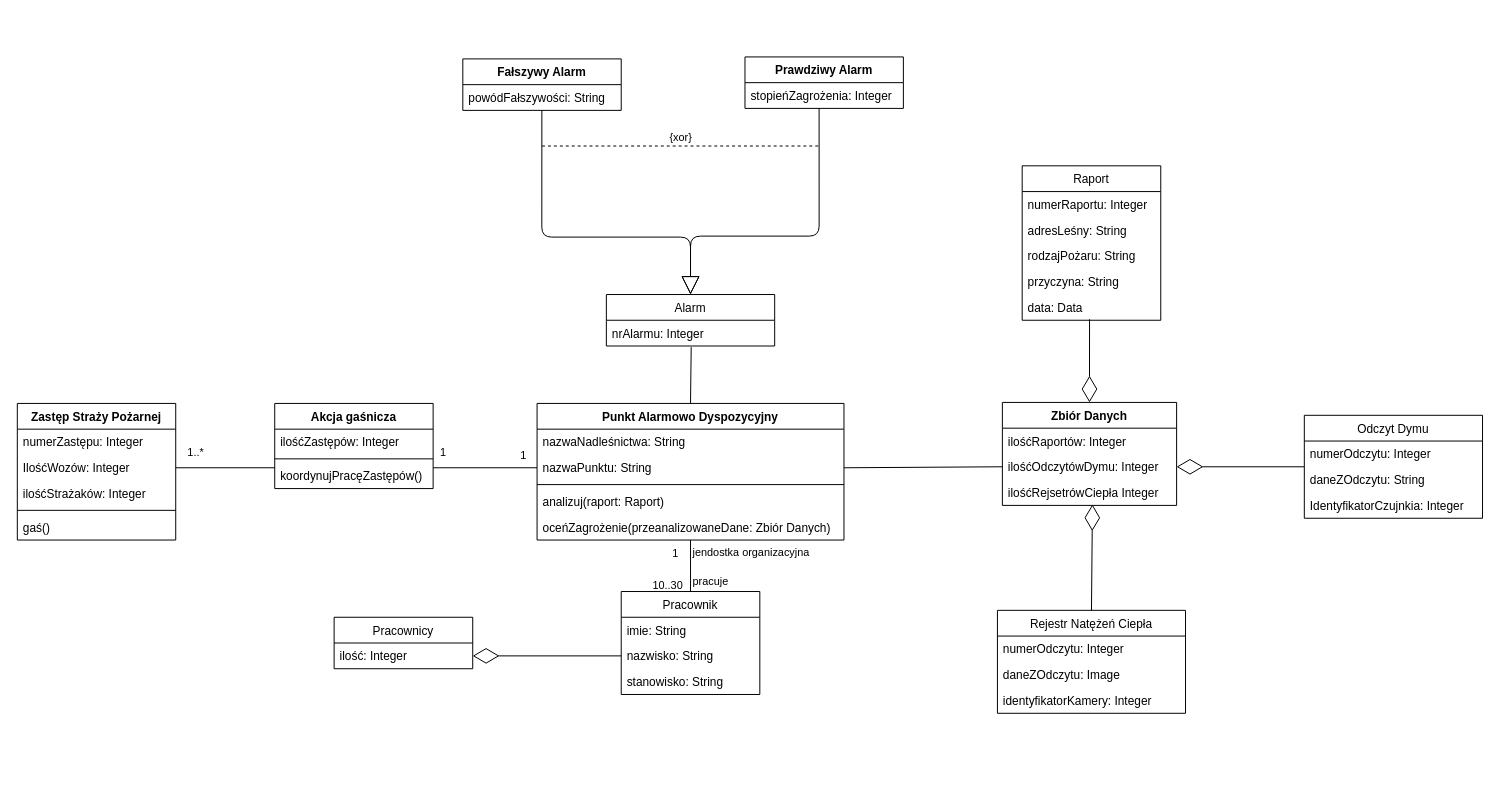
The draw.io diagram page "klasy" (2 of 5) of uml_pozar_lasu.drawio in broniuu/projekt_inzynieria, before the edit. Source tidied: cells renumbered, new cells numbered last; positions are measured from the earlier drawing's top-left corner, leaving out a move shared by most shapes. Both pictures are drawn from the tidied source at 99%, with x=0, y=0 at pixel (17, 56).
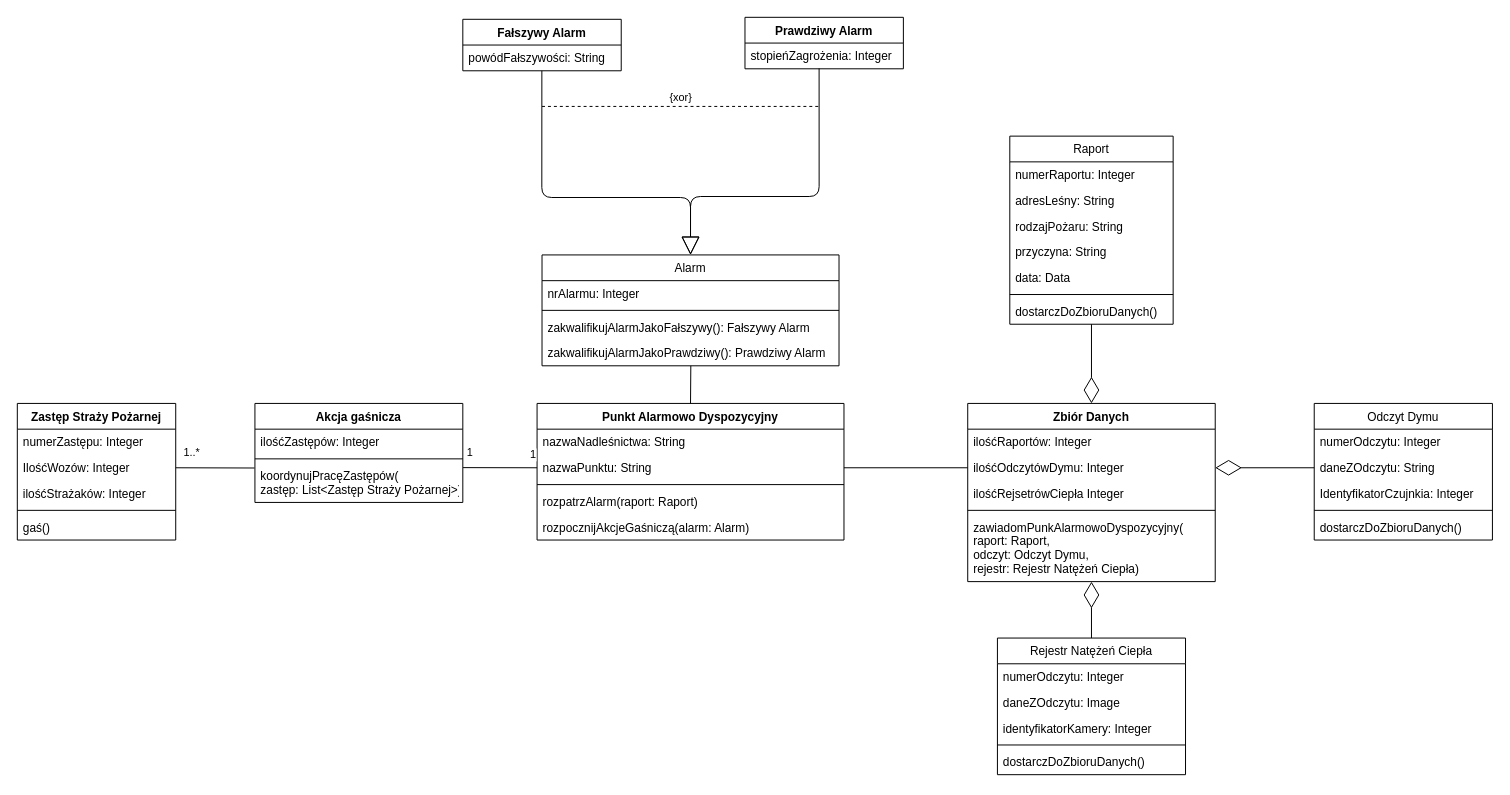
Above is the later version.

The change refers to these unchanged cells:
```xml
<mxCell id="2" value="Punkt Alarmowo Dyspozycyjny" style="swimlane;fontStyle=1;align=center;verticalAlign=top;horizontal=1;startSize=26;" parent="1" vertex="1">
  <mxGeometry x="525" y="350" width="310" height="138" as="geometry" />
</mxCell>
<mxCell id="4" value="nazwaPunktu: String" style="text;strokeColor=none;fillColor=none;align=left;verticalAlign=top;spacingLeft=4;spacingRight=4;overflow=hidden;points=[[0,0.5],[1,0.5]];portConstraint=eastwest;" parent="2" vertex="1">
  <mxGeometry y="52" width="310" height="26" as="geometry" />
</mxCell>
<mxCell id="24" value="daneZOdczytu: String" style="text;strokeColor=none;fillColor=none;align=left;verticalAlign=top;spacingLeft=4;spacingRight=4;overflow=hidden;points=[[0,0.5],[1,0.5]];portConstraint=eastwest;" parent="22" vertex="1">
  <mxGeometry y="52" width="180" height="26" as="geometry" />
</mxCell>
<mxCell id="40" value="IlośćWozów: Integer" style="text;strokeColor=none;fillColor=none;align=left;verticalAlign=top;spacingLeft=4;spacingRight=4;overflow=hidden;points=[[0,0.5],[1,0.5]];portConstraint=eastwest;" parent="38" vertex="1">
  <mxGeometry y="52" width="160" height="26" as="geometry" />
</mxCell>
<mxCell id="51" value="powódFałszywości: String" style="text;strokeColor=none;fillColor=none;align=left;verticalAlign=top;spacingLeft=4;spacingRight=4;overflow=hidden;points=[[0,0.5],[1,0.5]];portConstraint=eastwest;" parent="50" vertex="1">
  <mxGeometry y="26" width="160" height="26" as="geometry" />
</mxCell>
<mxCell id="53" value="stopieńZagrożenia: Integer" style="text;strokeColor=none;fillColor=none;align=left;verticalAlign=top;spacingLeft=4;spacingRight=4;overflow=hidden;points=[[0,0.5],[1,0.5]];portConstraint=eastwest;" parent="52" vertex="1">
  <mxGeometry y="26" width="160" height="26" as="geometry" />
</mxCell>
```

Diff of the diagram source:
```diff
@@
-    <mxCell id="6" value="analizuj(raport: Raport)" style="text;strokeColor=none;fillColor=none;align=left;verticalAlign=top;spacingLeft=4;spacingRight=4;overflow=hidden;" parent="2" vertex="1">
+    <mxCell id="6" value="rozpatrzAlarm(raport: Raport)" style="text;strokeColor=none;fillColor=none;align=left;verticalAlign=top;spacingLeft=4;spacingRight=4;overflow=hidden;" parent="2" vertex="1">
       <mxGeometry y="86" width="310" height="26" as="geometry" />
     </mxCell>
-    <mxCell id="7" value="oceńZagrożenie(przeanalizowaneDane: Zbiór Danych)" style="text;strokeColor=none;fillColor=none;align=left;verticalAlign=top;spacingLeft=4;spacingRight=4;overflow=hidden;points=[[0,0.5],[1,0.5]];portConstraint=eastwest;" parent="2" vertex="1">
+    <mxCell id="7" value="rozpocznijAkcjeGaśniczą(alarm: Alarm)" style="text;strokeColor=none;fillColor=none;align=left;verticalAlign=top;spacingLeft=4;spacingRight=4;overflow=hidden;points=[[0,0.5],[1,0.5]];portConstraint=eastwest;" parent="2" vertex="1">
       <mxGeometry y="112" width="310" height="26" as="geometry" />
     </mxCell>
-    <mxCell id="8" value="Pracownik" style="swimlane;fontStyle=0;horizontal=1;startSize=26;fillColor=none;" parent="1" vertex="1">
-      <mxGeometry x="610" y="540" width="140" height="104" as="geometry" />
-    </mxCell>
-    <mxCell id="9" value="imie: String" style="text;strokeColor=none;fillColor=none;align=left;verticalAlign=top;spacingLeft=4;spacingRight=4;overflow=hidden;" parent="8" vertex="1">
-      <mxGeometry y="26" width="140" height="26" as="geometry" />
-    </mxCell>
-    <mxCell id="10" value="nazwisko: String" style="text;strokeColor=none;fillColor=none;align=left;verticalAlign=top;spacingLeft=4;spacingRight=4;overflow=hidden;points=[[0,0.5],[1,0.5]];portConstraint=eastwest;" parent="8" vertex="1">
-      <mxGeometry y="52" width="140" height="26" as="geometry" />
-    </mxCell>
-    <mxCell id="11" value="stanowisko: String" style="text;strokeColor=none;fillColor=none;align=left;verticalAlign=top;spacingLeft=4;spacingRight=4;overflow=hidden;" parent="8" vertex="1">
-      <mxGeometry y="78" width="140" height="26" as="geometry" />
-    </mxCell>
-    <mxCell id="12" value="pracuje" style="endArrow=none;html=1;exitX=0.5;exitY=0;exitDx=0;exitDy=0;" parent="1" edge="1" source="8" target="7">
-      <mxGeometry x="-0.62" y="-20" relative="1" as="geometry" />
-    </mxCell>
-    <mxCell id="13" value="jendostka organizacyjna" style="edgeLabel;html=1;align=center;verticalAlign=middle;" parent="12" vertex="1">
-      <mxGeometry x="0.5" y="-1" relative="1" as="geometry">
-        <mxPoint x="59" y="-1" as="offset" />
-      </mxGeometry>
-    </mxCell>
-    <mxCell id="14" value="Pracownicy" style="swimlane;fontStyle=0;horizontal=1;startSize=26;fillColor=none;" parent="1" vertex="1">
-      <mxGeometry x="320" y="566" width="140" height="52" as="geometry" />
-    </mxCell>
-    <mxCell id="15" value="ilość: Integer" style="text;strokeColor=none;fillColor=none;align=left;verticalAlign=top;spacingLeft=4;spacingRight=4;overflow=hidden;points=[[0,0.5],[1,0.5]];portConstraint=eastwest;" parent="14" vertex="1">
-      <mxGeometry y="26" width="140" height="26" as="geometry" />
-    </mxCell>
     <mxCell id="16" value="Raport" style="swimlane;fontStyle=0;horizontal=1;startSize=26;fillColor=none;" parent="1" vertex="1">
-      <mxGeometry x="1015" y="110" width="140" height="156" as="geometry" />
+      <mxGeometry x="1002.5" y="80" width="165" height="190" as="geometry" />
     </mxCell>
     <mxCell id="17" value="numerRaportu: Integer    " style="text;strokeColor=none;fillColor=none;align=left;verticalAlign=top;spacingLeft=4;spacingRight=4;overflow=hidden;" parent="16" vertex="1">
-      <mxGeometry y="26" width="140" height="26" as="geometry" />
+      <mxGeometry y="26" width="165" height="26" as="geometry" />
     </mxCell>
     <mxCell id="18" value="adresLeśny: String    " style="text;strokeColor=none;fillColor=none;align=left;verticalAlign=top;spacingLeft=4;spacingRight=4;overflow=hidden;" parent="16" vertex="1">
-      <mxGeometry y="52" width="140" height="26" as="geometry" />
+      <mxGeometry y="52" width="165" height="26" as="geometry" />
     </mxCell>
     <mxCell id="19" value="rodzajPożaru: String" style="text;strokeColor=none;fillColor=none;align=left;verticalAlign=top;spacingLeft=4;spacingRight=4;overflow=hidden;" parent="16" vertex="1">
-      <mxGeometry y="78" width="140" height="26" as="geometry" />
+      <mxGeometry y="78" width="165" height="26" as="geometry" />
     </mxCell>
     <mxCell id="20" value="przyczyna: String" style="text;strokeColor=none;fillColor=none;align=left;verticalAlign=top;spacingLeft=4;spacingRight=4;overflow=hidden;" parent="16" vertex="1">
-      <mxGeometry y="104" width="140" height="26" as="geometry" />
+      <mxGeometry y="104" width="165" height="26" as="geometry" />
     </mxCell>
     <mxCell id="21" value="data: Data" style="text;strokeColor=none;fillColor=none;align=left;verticalAlign=top;spacingLeft=4;spacingRight=4;overflow=hidden;points=[[0,0.5],[1,0.5]];portConstraint=eastwest;" parent="16" vertex="1">
-      <mxGeometry y="130" width="140" height="26" as="geometry" />
+      <mxGeometry y="130" width="165" height="26" as="geometry" />
     </mxCell>
+    <mxCell id="65" style="line;strokeWidth=1;fillColor=none;align=left;verticalAlign=middle;spacingTop=-1;spacingLeft=3;spacingRight=3;labelPosition=right;" parent="16" vertex="1">
+      <mxGeometry y="156" width="165" height="8" as="geometry" />
+    </mxCell>
+    <mxCell id="66" value="dostarczDoZbioruDanych()" style="text;strokeColor=none;fillColor=none;align=left;verticalAlign=top;spacingLeft=4;spacingRight=4;overflow=hidden;" parent="16" vertex="1">
+      <mxGeometry y="164" width="165" height="26" as="geometry" />
+    </mxCell>
     <mxCell id="22" value="Odczyt Dymu" style="swimlane;fontStyle=0;horizontal=1;startSize=26;fillColor=none;" parent="1" vertex="1">
-      <mxGeometry x="1300" y="362" width="180" height="104" as="geometry" />
+      <mxGeometry x="1310" y="350" width="180" height="138" as="geometry" />
     </mxCell>
@@
+    <mxCell id="67" style="line;strokeWidth=1;fillColor=none;align=left;verticalAlign=middle;spacingTop=-1;spacingLeft=3;spacingRight=3;labelPosition=right;" parent="22" vertex="1">
+      <mxGeometry y="104" width="180" height="8" as="geometry" />
+    </mxCell>
+    <mxCell id="68" value="dostarczDoZbioruDanych()" style="text;strokeColor=none;fillColor=none;align=left;verticalAlign=top;spacingLeft=4;spacingRight=4;overflow=hidden;" parent="22" vertex="1">
+      <mxGeometry y="112" width="180" height="26" as="geometry" />
+    </mxCell>
     <mxCell id="26" value="Rejestr Natężeń Ciepła" style="swimlane;fontStyle=0;horizontal=1;startSize=26;fillColor=none;" parent="1" vertex="1">
-      <mxGeometry x="990" y="559" width="190" height="104" as="geometry" />
+      <mxGeometry x="990" y="587" width="190" height="138" as="geometry" />
     </mxCell>
@@
+    <mxCell id="69" style="line;strokeWidth=1;fillColor=none;align=left;verticalAlign=middle;spacingTop=-1;spacingLeft=3;spacingRight=3;labelPosition=right;" parent="26" vertex="1">
+      <mxGeometry y="104" width="190" height="8" as="geometry" />
+    </mxCell>
+    <mxCell id="70" value="dostarczDoZbioruDanych()" style="text;strokeColor=none;fillColor=none;align=left;verticalAlign=top;spacingLeft=4;spacingRight=4;overflow=hidden;" parent="26" vertex="1">
+      <mxGeometry y="112" width="190" height="26" as="geometry" />
+    </mxCell>
     <mxCell id="30" value="Zbiór Danych" style="swimlane;fontStyle=1;align=center;verticalAlign=top;horizontal=1;startSize=26;" parent="1" vertex="1">
-      <mxGeometry x="995" y="349" width="176" height="104" as="geometry" />
+      <mxGeometry x="960" y="350" width="250" height="180" as="geometry" />
     </mxCell>
     <mxCell id="31" value="ilośćRaportów: Integer" style="text;strokeColor=none;fillColor=none;align=left;verticalAlign=top;spacingLeft=4;spacingRight=4;overflow=hidden;" parent="30" vertex="1">
-      <mxGeometry y="26" width="176" height="26" as="geometry" />
+      <mxGeometry y="26" width="250" height="26" as="geometry" />
     </mxCell>
     <mxCell id="32" value="ilośćOdczytówDymu: Integer" style="text;strokeColor=none;fillColor=none;align=left;verticalAlign=top;spacingLeft=4;spacingRight=4;overflow=hidden;points=[[0,0.5],[1,0.5]];portConstraint=eastwest;" parent="30" vertex="1">
-      <mxGeometry y="52" width="176" height="26" as="geometry" />
+      <mxGeometry y="52" width="250" height="26" as="geometry" />
     </mxCell>
     <mxCell id="33" value="ilośćRejsetrówCiepła Integer" style="text;strokeColor=none;fillColor=none;align=left;verticalAlign=top;spacingLeft=4;spacingRight=4;overflow=hidden;points=[[0,0.5],[1,0.5]];portConstraint=eastwest;" parent="30" vertex="1">
-      <mxGeometry y="78" width="176" height="26" as="geometry" />
+      <mxGeometry y="78" width="250" height="26" as="geometry" />
     </mxCell>
-    <mxCell id="34" style="endArrow=diamondThin;endFill=0;endSize=24;html=1;exitX=0;exitY=0.5;exitDx=0;exitDy=0;entryX=1;entryY=0.5;entryDx=0;entryDy=0;" parent="1" edge="1" source="10" target="15">
-      <mxGeometry relative="1" as="geometry" />
-    </mxCell>
+    <mxCell id="71" style="line;strokeWidth=1;fillColor=none;align=left;verticalAlign=middle;spacingTop=-1;spacingLeft=3;spacingRight=3;labelPosition=right;" parent="30" vertex="1">
+      <mxGeometry y="104" width="250" height="8" as="geometry" />
+    </mxCell>
+    <mxCell id="72" value="zawiadomPunkAlarmowoDyspozycyjny(&#10;raport: Raport, &#10;odczyt: Odczyt Dymu,&#10;rejestr: Rejestr Natężeń Ciepła)" style="text;strokeColor=none;fillColor=none;align=left;verticalAlign=top;spacingLeft=4;spacingRight=4;overflow=hidden;points=[[0,0.5],[1,0.5]];portConstraint=eastwest;" parent="30" vertex="1">
+      <mxGeometry y="112" width="250" height="68" as="geometry" />
+    </mxCell>
-    <mxCell id="35" style="endArrow=diamondThin;endFill=0;endSize=24;html=1;entryX=0.5;entryY=0;entryDx=0;entryDy=0;exitX=0.486;exitY=0.962;exitDx=0;exitDy=0;exitPerimeter=0;" parent="1" edge="1" source="21" target="30">
-      <mxGeometry relative="1" as="geometry" />
+    <mxCell id="35" style="endArrow=diamondThin;endFill=0;endSize=24;html=1;entryX=0.5;entryY=0;entryDx=0;entryDy=0;" parent="1" edge="1" target="30">
+      <mxGeometry relative="1" as="geometry">
+        <mxPoint x="1085" y="270" as="sourcePoint" />
+      </mxGeometry>
     </mxCell>
-    <mxCell id="36" style="endArrow=diamondThin;endFill=0;endSize=24;html=1;entryX=1;entryY=0.5;entryDx=0;entryDy=0;exitX=0;exitY=0.5;exitDx=0;exitDy=0;" parent="1" edge="1" source="22" target="32">
+    <mxCell id="36" style="endArrow=diamondThin;endFill=0;endSize=24;html=1;entryX=1;entryY=0.5;entryDx=0;entryDy=0;exitX=0;exitY=0.5;exitDx=0;exitDy=0;" parent="1" edge="1" source="24" target="32">
       <mxGeometry relative="1" as="geometry" />
     </mxCell>
-    <mxCell id="37" style="endArrow=diamondThin;endFill=0;endSize=24;html=1;entryX=0.517;entryY=0.962;entryDx=0;entryDy=0;exitX=0.5;exitY=0;exitDx=0;exitDy=0;entryPerimeter=0;" parent="1" edge="1" source="26" target="33">
+    <mxCell id="37" style="endArrow=diamondThin;endFill=0;endSize=24;html=1;exitX=0.5;exitY=0;exitDx=0;exitDy=0;" parent="1" edge="1" source="26" target="72">
       <mxGeometry relative="1" as="geometry" />
     </mxCell>
@@
-    <mxCell id="45" value="1..*" style="endArrow=none;html=1;exitX=1;exitY=0.5;exitDx=0;exitDy=0;entryX=0;entryY=0.5;entryDx=0;entryDy=0;" parent="1" edge="1" source="40">
-      <mxGeometry x="-0.6" y="15" relative="1" as="geometry">
-        <mxPoint x="260" y="415" as="targetPoint" />
-      </mxGeometry>
+    <mxCell id="45" value="1..*" style="endArrow=none;html=1;exitX=1;exitY=0.5;exitDx=0;exitDy=0;entryX=-0.002;entryY=0.131;entryDx=0;entryDy=0;entryPerimeter=0;" parent="1" edge="1" source="40" target="62">
+      <mxGeometry x="-0.6" y="15" relative="1" as="geometry" />
     </mxCell>
-    <mxCell id="46" value="&lt;div style=&quot;text-align: center&quot;&gt;&lt;font face=&quot;helvetica&quot;&gt;&lt;span style=&quot;font-size: 11px&quot;&gt;10..30&lt;/span&gt;&lt;/font&gt;&lt;/div&gt;" style="text;whiteSpace=wrap;html=1;" parent="1" vertex="1">
-      <mxGeometry x="640" y="520" width="50" height="20" as="geometry" />
-    </mxCell>
-    <mxCell id="47" value="&lt;div style=&quot;text-align: center&quot;&gt;&lt;span style=&quot;font-size: 11px&quot;&gt;&lt;font face=&quot;helvetica&quot;&gt;1&lt;/font&gt;&lt;/span&gt;&lt;/div&gt;" style="text;whiteSpace=wrap;html=1;" parent="1" vertex="1">
-      <mxGeometry x="660" y="488" width="10" height="20" as="geometry" />
-    </mxCell>
     <mxCell id="48" value="Alarm" style="swimlane;fontStyle=0;horizontal=1;startSize=26;fillColor=none;" parent="1" vertex="1">
-      <mxGeometry x="595" y="240" width="170" height="52" as="geometry" />
+      <mxGeometry x="530" y="200" width="300" height="112" as="geometry" />
     </mxCell>
     <mxCell id="49" value="nrAlarmu: Integer" style="text;strokeColor=none;fillColor=none;align=left;verticalAlign=top;spacingLeft=4;spacingRight=4;overflow=hidden;points=[[0,0.5],[1,0.5]];portConstraint=eastwest;" parent="48" vertex="1">
-      <mxGeometry y="26" width="170" height="26" as="geometry" />
+      <mxGeometry y="26" width="300" height="26" as="geometry" />
     </mxCell>
+    <mxCell id="73" style="line;strokeWidth=1;fillColor=none;align=left;verticalAlign=middle;spacingTop=-1;spacingLeft=3;spacingRight=3;labelPosition=right;" parent="48" vertex="1">
+      <mxGeometry y="52" width="300" height="8" as="geometry" />
+    </mxCell>
+    <mxCell id="74" value="zakwalifikujAlarmJakoFałszywy(): Fałszywy Alarm" style="text;strokeColor=none;fillColor=none;align=left;verticalAlign=top;spacingLeft=4;spacingRight=4;overflow=hidden;" parent="48" vertex="1">
+      <mxGeometry y="60" width="300" height="26" as="geometry" />
+    </mxCell>
+    <mxCell id="75" value="zakwalifikujAlarmJakoPrawdziwy(): Prawdziwy Alarm" style="text;strokeColor=none;fillColor=none;align=left;verticalAlign=top;spacingLeft=4;spacingRight=4;overflow=hidden;points=[[0,0.5],[1,0.5]];portConstraint=eastwest;" parent="48" vertex="1">
+      <mxGeometry y="86" width="300" height="26" as="geometry" />
+    </mxCell>
     <mxCell id="50" value="Fałszywy Alarm" style="swimlane;fontStyle=1;align=center;verticalAlign=top;horizontal=1;startSize=26;" parent="1" vertex="1">
-      <mxGeometry x="450" y="2" width="160" height="52" as="geometry" />
+      <mxGeometry x="450" y="-38" width="160" height="52" as="geometry" />
     </mxCell>
@@
     <mxCell id="52" value="Prawdziwy Alarm" style="swimlane;fontStyle=1;align=center;verticalAlign=top;horizontal=1;startSize=26;" parent="1" vertex="1">
-      <mxGeometry x="735" width="160" height="52" as="geometry" />
+      <mxGeometry x="735" y="-40" width="160" height="52" as="geometry" />
     </mxCell>
@@
     <mxCell id="54" style="endArrow=block;endSize=16;endFill=0;html=1;exitX=0.499;exitY=1;exitDx=0;exitDy=0;exitPerimeter=0;entryX=0.5;entryY=0;entryDx=0;entryDy=0;edgeStyle=orthogonalEdgeStyle;" parent="1" edge="1" source="51" target="48">
       <mxGeometry relative="1" as="geometry">
         <Array as="points">
-          <mxPoint x="530" y="182" />
-          <mxPoint x="680" y="182" />
+          <mxPoint x="530" y="142" />
+          <mxPoint x="680" y="142" />
         </Array>
       </mxGeometry>
     </mxCell>
     <mxCell id="55" style="endArrow=block;endSize=16;endFill=0;html=1;exitX=0.468;exitY=0.985;exitDx=0;exitDy=0;exitPerimeter=0;edgeStyle=orthogonalEdgeStyle;entryX=0.5;entryY=0;entryDx=0;entryDy=0;" parent="1" edge="1" source="53" target="48">
       <mxGeometry relative="1" as="geometry">
         <Array as="points">
-          <mxPoint x="810" y="181" />
-          <mxPoint x="680" y="181" />
+          <mxPoint x="810" y="141" />
+          <mxPoint x="680" y="141" />
         </Array>
       </mxGeometry>
     </mxCell>
     <mxCell id="56" style="endArrow=none;dashed=1;html=1;" parent="1" edge="1">
       <mxGeometry relative="1" as="geometry">
-        <mxPoint x="530" y="90" as="sourcePoint" />
-        <mxPoint x="810" y="90" as="targetPoint" />
+        <mxPoint x="530" y="50" as="sourcePoint" />
+        <mxPoint x="810" y="50" as="targetPoint" />
       </mxGeometry>
     </mxCell>
@@
-    <mxCell id="58" style="endArrow=none;html=1;entryX=0.504;entryY=1.045;entryDx=0;entryDy=0;entryPerimeter=0;exitX=0.5;exitY=0;exitDx=0;exitDy=0;" parent="1" edge="1" source="2" target="49">
+    <mxCell id="58" style="endArrow=none;html=1;exitX=0.5;exitY=0;exitDx=0;exitDy=0;entryX=0.501;entryY=1.002;entryDx=0;entryDy=0;entryPerimeter=0;" parent="1" edge="1" source="2" target="75">
       <mxGeometry relative="1" as="geometry" />
     </mxCell>
     <mxCell id="59" value="Akcja gaśnicza" style="swimlane;fontStyle=1;align=center;verticalAlign=top;horizontal=1;startSize=26;" parent="1" vertex="1">
-      <mxGeometry x="260" y="350" width="160" height="86" as="geometry" />
+      <mxGeometry x="240" y="350" width="210" height="100" as="geometry" />
     </mxCell>
     <mxCell id="60" value="ilośćZastępów: Integer" style="text;strokeColor=none;fillColor=none;align=left;verticalAlign=top;spacingLeft=4;spacingRight=4;overflow=hidden;" parent="59" vertex="1">
-      <mxGeometry y="26" width="160" height="26" as="geometry" />
+      <mxGeometry y="26" width="210" height="26" as="geometry" />
     </mxCell>
     <mxCell id="61" style="line;strokeWidth=1;fillColor=none;align=left;verticalAlign=middle;spacingTop=-1;spacingLeft=3;spacingRight=3;labelPosition=right;" parent="59" vertex="1">
-      <mxGeometry y="52" width="160" height="8" as="geometry" />
+      <mxGeometry y="52" width="210" height="8" as="geometry" />
     </mxCell>
-    <mxCell id="62" value="koordynujPracęZastępów()" style="text;strokeColor=none;fillColor=none;align=left;verticalAlign=top;spacingLeft=4;spacingRight=4;overflow=hidden;points=[[0,0.5],[1,0.5]];portConstraint=eastwest;" parent="59" vertex="1">
-      <mxGeometry y="60" width="160" height="26" as="geometry" />
+    <mxCell id="62" value="koordynujPracęZastępów(&#10;zastęp: List&lt;Zastęp Straży Pożarnej&gt;)" style="text;strokeColor=none;fillColor=none;align=left;verticalAlign=top;spacingLeft=4;spacingRight=4;overflow=hidden;points=[[0,0.5],[1,0.5]];portConstraint=eastwest;" parent="59" vertex="1">
+      <mxGeometry y="60" width="210" height="40" as="geometry" />
     </mxCell>
-    <mxCell id="63" value="1" style="endArrow=none;html=1;exitX=1;exitY=0.5;exitDx=0;exitDy=0;entryX=0;entryY=0.5;entryDx=0;entryDy=0;" parent="1" edge="1" target="4">
-      <mxGeometry x="-0.81" y="15" relative="1" as="geometry">
-        <mxPoint x="420" y="415" as="sourcePoint" />
-      </mxGeometry>
+    <mxCell id="63" value="1" style="endArrow=none;html=1;exitX=1.001;exitY=0.121;exitDx=0;exitDy=0;entryX=0;entryY=0.5;entryDx=0;entryDy=0;exitPerimeter=0;" parent="1" edge="1" source="62" target="4">
+      <mxGeometry x="-0.81" y="15" relative="1" as="geometry" />
     </mxCell>
     <mxCell id="64" value="1" style="edgeLabel;html=1;align=center;verticalAlign=middle;" parent="63" vertex="1">
       <mxGeometry x="-0.2" y="-3" relative="1" as="geometry">
-        <mxPoint x="48" y="-16" as="offset" />
+        <mxPoint x="40" y="-16" as="offset" />
       </mxGeometry>
     </mxCell>
```
